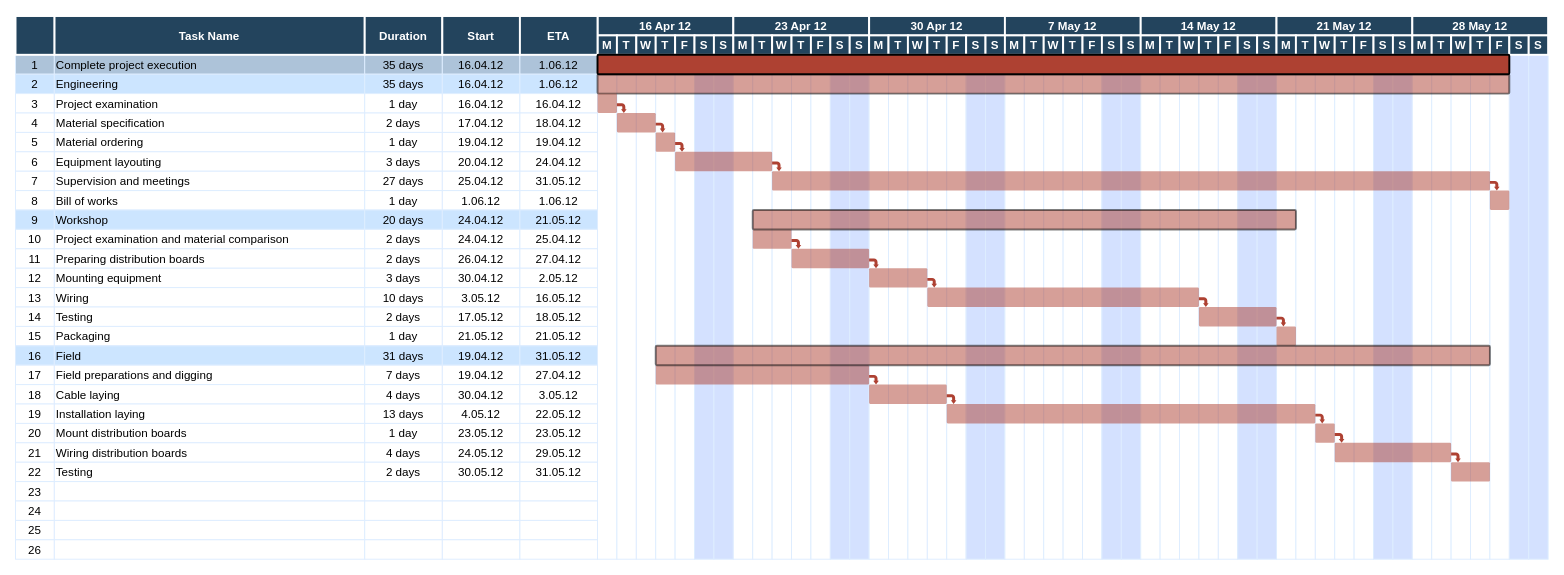
Above: RoadMap_CatalogoAutos.drawio in endoeca2/Diagramas (draw.io), before the change. Source tidied: cells renumbered, new cells numbered last; positions are measured from the earlier drawing's top-left corner, leaving out a move shared by most shapes. Both pictures are drawn from the tidied source at 97%, with x=0, y=0 at pixel (15, 16).
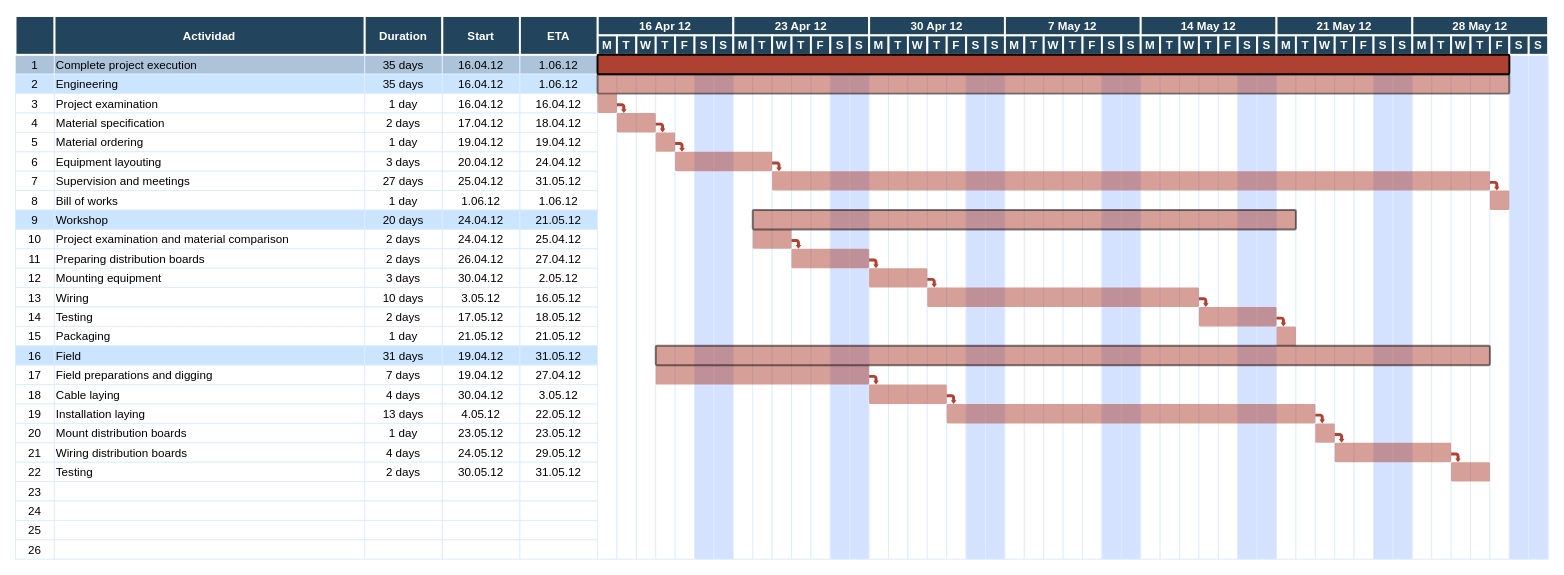
The same diagram, later.

Change to the diagram source:
```diff
@@
-    <mxCell id="181" value="Task Name" style="fillColor=#23445D;strokeColor=#FFFFFF;strokeWidth=2;fontColor=#FFFFFF;fontStyle=1;" parent="1" vertex="1">
+    <mxCell id="181" value="Actividad" style="fillColor=#23445D;strokeColor=#FFFFFF;strokeWidth=2;fontColor=#FFFFFF;fontStyle=1;" parent="1" vertex="1">
       <mxGeometry x="40.5" width="320" height="40" as="geometry" />
     </mxCell>
```
